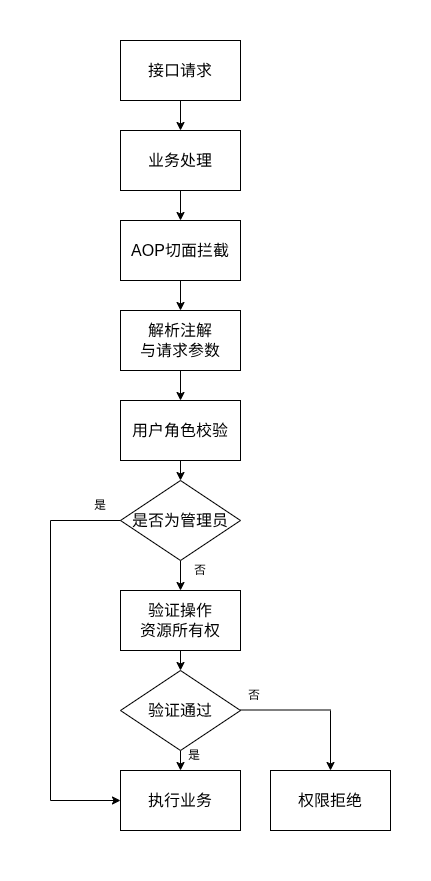
hongch666/mix-web-demo keeps this draw.io diagram as static/pic/flowchart/aop_req.drawio.png. Above is the earlier version. Source tidied: cells renumbered, new cells last; positions are measured from the earlier drawing's top-left corner, leaving out a move shared by most shapes. Source of this version:
```xml
<mxGraphModel background="#ffffff">
  <root>
    <mxCell id="0" />
    <mxCell id="1" parent="0" />
    <mxCell id="2" style="edgeStyle=none;html=1;exitX=0.5;exitY=1;exitDx=0;exitDy=0;entryX=0.5;entryY=0;entryDx=0;entryDy=0;" parent="1" edge="1" source="3" target="5">
      <mxGeometry relative="1" as="geometry" />
    </mxCell>
    <mxCell id="3" value="接口请求" style="rounded=0;whiteSpace=wrap;html=1;fontSize=16;" parent="1" vertex="1">
      <mxGeometry x="120" y="40" width="120" height="60" as="geometry" />
    </mxCell>
    <mxCell id="4" style="edgeStyle=none;html=1;exitX=0.5;exitY=1;exitDx=0;exitDy=0;entryX=0.5;entryY=0;entryDx=0;entryDy=0;" parent="1" edge="1" source="5" target="7">
      <mxGeometry relative="1" as="geometry" />
    </mxCell>
    <mxCell id="5" value="业务处理&lt;span style=&quot;color: rgba(0, 0, 0, 0); font-family: monospace; font-size: 0px; text-align: start;&quot;&gt;%3CmxGraphModel%3E%3Croot%3E%3CmxCell%20id%3D%220%22%2F%3E%3CmxCell%20id%3D%221%22%20parent%3D%220%22%2F%3E%3CmxCell%20id%3D%222%22%20value%3D%22AOP%E5%88%87%E9%9D%A2%E6%8B%A6%E6%88%AA%22%20style%3D%22rounded%3D0%3BwhiteSpace%3Dwrap%3Bhtml%3D1%3BfontSize%3D16%3B%22%20vertex%3D%221%22%20parent%3D%221%22%3E%3CmxGeometry%20x%3D%22310%22%20y%3D%22160%22%20width%3D%22120%22%20height%3D%2260%22%20as%3D%22geometry%22%2F%3E%3C%2FmxCell%3E%3C%2Froot%3E%3C%2FmxGraphModel%3E&lt;/span&gt;" style="rounded=0;whiteSpace=wrap;html=1;fontSize=16;" parent="1" vertex="1">
      <mxGeometry x="120" y="130" width="120" height="60" as="geometry" />
    </mxCell>
    <mxCell id="6" style="edgeStyle=none;html=1;exitX=0.5;exitY=1;exitDx=0;exitDy=0;entryX=0.5;entryY=0;entryDx=0;entryDy=0;" parent="1" edge="1" source="7" target="9">
      <mxGeometry relative="1" as="geometry" />
    </mxCell>
    <mxCell id="7" value="AOP切面拦截" style="rounded=0;whiteSpace=wrap;html=1;fontSize=16;" parent="1" vertex="1">
      <mxGeometry x="120" y="220" width="120" height="60" as="geometry" />
    </mxCell>
    <mxCell id="8" style="edgeStyle=none;html=1;exitX=0.5;exitY=1;exitDx=0;exitDy=0;entryX=0.5;entryY=0;entryDx=0;entryDy=0;" parent="1" edge="1" source="9" target="11">
      <mxGeometry relative="1" as="geometry" />
    </mxCell>
    <mxCell id="9" value="解析注解&lt;br&gt;与请求参数" style="rounded=0;whiteSpace=wrap;html=1;fontSize=16;" parent="1" vertex="1">
      <mxGeometry x="120" y="310" width="120" height="60" as="geometry" />
    </mxCell>
    <mxCell id="10" style="edgeStyle=none;html=1;exitX=0.5;exitY=1;exitDx=0;exitDy=0;entryX=0.5;entryY=0;entryDx=0;entryDy=0;" parent="1" edge="1" source="11" target="15">
      <mxGeometry relative="1" as="geometry" />
    </mxCell>
    <mxCell id="11" value="用户角色校验" style="rounded=0;whiteSpace=wrap;html=1;fontSize=16;" parent="1" vertex="1">
      <mxGeometry x="120" y="400" width="120" height="60" as="geometry" />
    </mxCell>
    <mxCell id="12" style="edgeStyle=none;html=1;exitX=0.5;exitY=1;exitDx=0;exitDy=0;entryX=0.5;entryY=0;entryDx=0;entryDy=0;" parent="1" edge="1" source="13" target="17">
      <mxGeometry relative="1" as="geometry" />
    </mxCell>
    <mxCell id="13" value="验证操作&lt;br&gt;资源所有权" style="rounded=0;whiteSpace=wrap;html=1;fontSize=16;" parent="1" vertex="1">
      <mxGeometry x="120" y="590" width="120" height="60" as="geometry" />
    </mxCell>
    <mxCell id="14" style="edgeStyle=none;html=1;exitX=0.5;exitY=1;exitDx=0;exitDy=0;entryX=0.5;entryY=0;entryDx=0;entryDy=0;" parent="1" edge="1" source="15" target="13">
      <mxGeometry relative="1" as="geometry" />
    </mxCell>
    <mxCell id="15" value="&lt;span style=&quot;font-size: 16px;&quot;&gt;是否为管理员&lt;/span&gt;" style="rhombus;whiteSpace=wrap;html=1;" parent="1" vertex="1">
      <mxGeometry x="120" y="480" width="120" height="80" as="geometry" />
    </mxCell>
    <mxCell id="16" style="edgeStyle=none;html=1;exitX=0.5;exitY=1;exitDx=0;exitDy=0;entryX=0.5;entryY=0;entryDx=0;entryDy=0;" parent="1" edge="1" source="17" target="18">
      <mxGeometry relative="1" as="geometry" />
    </mxCell>
    <mxCell id="17" value="&lt;span style=&quot;font-size: 16px;&quot;&gt;验证通过&lt;/span&gt;" style="rhombus;whiteSpace=wrap;html=1;" parent="1" vertex="1">
      <mxGeometry x="120" y="670" width="120" height="80" as="geometry" />
    </mxCell>
    <mxCell id="18" value="执行业务" style="rounded=0;whiteSpace=wrap;html=1;fontSize=16;" parent="1" vertex="1">
      <mxGeometry x="120" y="770" width="120" height="60" as="geometry" />
    </mxCell>
    <mxCell id="19" value="权限拒绝" style="rounded=0;whiteSpace=wrap;html=1;fontSize=16;" parent="1" vertex="1">
      <mxGeometry x="270" y="770" width="120" height="60" as="geometry" />
    </mxCell>
    <mxCell id="20" style="endArrow=none;html=1;" parent="1" edge="1">
      <mxGeometry relative="1" as="geometry">
        <mxPoint x="240" y="709.5" as="sourcePoint" />
        <mxPoint x="330" y="709.5" as="targetPoint" />
      </mxGeometry>
    </mxCell>
    <mxCell id="21" style="endArrow=classic;html=1;entryX=0.5;entryY=0;entryDx=0;entryDy=0;" parent="1" edge="1" target="19">
      <mxGeometry relative="1" as="geometry">
        <mxPoint x="330" y="710" as="sourcePoint" />
      </mxGeometry>
    </mxCell>
    <mxCell id="22" style="endArrow=none;html=1;" parent="1" edge="1">
      <mxGeometry relative="1" as="geometry">
        <mxPoint x="50" y="520" as="sourcePoint" />
        <mxPoint x="120" y="520" as="targetPoint" />
      </mxGeometry>
    </mxCell>
    <mxCell id="23" style="endArrow=none;html=1;" parent="1" edge="1">
      <mxGeometry relative="1" as="geometry">
        <mxPoint x="50" y="800" as="sourcePoint" />
        <mxPoint x="50" y="520" as="targetPoint" />
      </mxGeometry>
    </mxCell>
    <mxCell id="24" style="endArrow=classic;html=1;entryX=0;entryY=0.5;entryDx=0;entryDy=0;" parent="1" edge="1" target="18">
      <mxGeometry relative="1" as="geometry">
        <mxPoint x="50" y="800" as="sourcePoint" />
      </mxGeometry>
    </mxCell>
    <mxCell id="25" value="是" style="text;html=1;strokeColor=none;fillColor=none;align=center;verticalAlign=middle;whiteSpace=wrap;rounded=0;" parent="1" vertex="1">
      <mxGeometry x="70" y="490" width="60" height="30" as="geometry" />
    </mxCell>
    <mxCell id="26" value="否" style="text;html=1;strokeColor=none;fillColor=none;align=center;verticalAlign=middle;whiteSpace=wrap;rounded=0;" parent="1" vertex="1">
      <mxGeometry x="170" y="555" width="60" height="30" as="geometry" />
    </mxCell>
    <mxCell id="27" value="否" style="text;html=1;strokeColor=none;fillColor=none;align=center;verticalAlign=middle;whiteSpace=wrap;rounded=0;" parent="1" vertex="1">
      <mxGeometry x="224" y="680" width="60" height="30" as="geometry" />
    </mxCell>
    <mxCell id="28" value="是" style="text;html=1;strokeColor=none;fillColor=none;align=center;verticalAlign=middle;whiteSpace=wrap;rounded=0;" parent="1" vertex="1">
      <mxGeometry x="164" y="740" width="60" height="30" as="geometry" />
    </mxCell>
    <mxCell id="29" style="rounded=0;whiteSpace=wrap;html=1;textOpacity=0;labelBorderColor=light-dark(#000000,#FFFFFF);fontColor=none;noLabel=1;strokeColor=none;" parent="1" vertex="1">
      <mxGeometry x="175" width="10" height="30" as="geometry" />
    </mxCell>
    <mxCell id="30" style="rounded=0;whiteSpace=wrap;html=1;textOpacity=0;labelBorderColor=light-dark(#000000,#FFFFFF);fontColor=none;noLabel=1;strokeColor=none;" parent="1" vertex="1">
      <mxGeometry x="420" y="780" width="10" height="30" as="geometry" />
    </mxCell>
    <mxCell id="31" style="rounded=0;whiteSpace=wrap;html=1;textOpacity=0;labelBorderColor=light-dark(#000000,#FFFFFF);fontColor=none;noLabel=1;strokeColor=none;" parent="1" vertex="1">
      <mxGeometry x="240" y="850" width="10" height="30" as="geometry" />
    </mxCell>
    <mxCell id="32" style="rounded=0;whiteSpace=wrap;html=1;textOpacity=0;labelBorderColor=light-dark(#000000,#FFFFFF);fontColor=none;noLabel=1;strokeColor=none;" parent="1" vertex="1">
      <mxGeometry y="660" width="10" height="30" as="geometry" />
    </mxCell>
  </root>
</mxGraphModel>
```
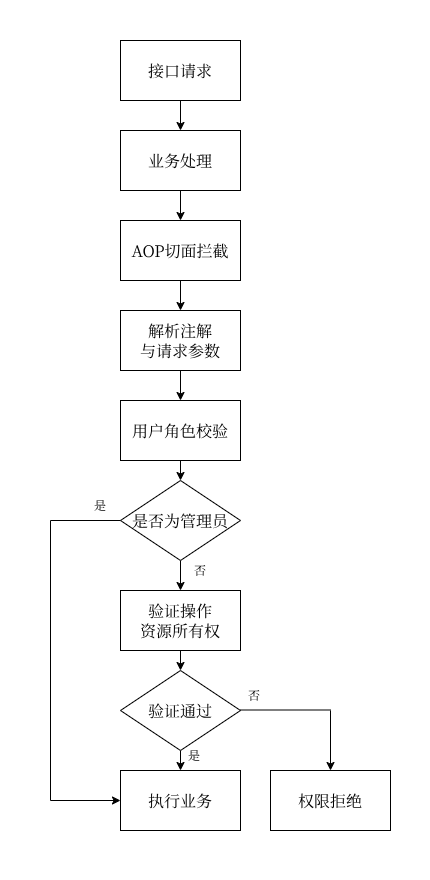
After the change.

Change to the diagram source:
```diff
@@ -2,110 +2,110 @@
   <root>
     <mxCell id="0" />
     <mxCell id="1" parent="0" />
-    <mxCell id="2" style="edgeStyle=none;html=1;exitX=0.5;exitY=1;exitDx=0;exitDy=0;entryX=0.5;entryY=0;entryDx=0;entryDy=0;" parent="1" edge="1" source="3" target="5">
+    <mxCell id="2" style="edgeStyle=none;html=1;exitX=0.5;exitY=1;exitDx=0;exitDy=0;entryX=0.5;entryY=0;entryDx=0;entryDy=0;fontFamily=宋体;" parent="1" edge="1" source="3" target="5">
       <mxGeometry relative="1" as="geometry" />
     </mxCell>
-    <mxCell id="3" value="接口请求" style="rounded=0;whiteSpace=wrap;html=1;fontSize=16;" parent="1" vertex="1">
+    <mxCell id="3" value="接口请求" style="rounded=0;whiteSpace=wrap;html=1;fontSize=16;fontFamily=宋体;" parent="1" vertex="1">
       <mxGeometry x="120" y="40" width="120" height="60" as="geometry" />
     </mxCell>
-    <mxCell id="4" style="edgeStyle=none;html=1;exitX=0.5;exitY=1;exitDx=0;exitDy=0;entryX=0.5;entryY=0;entryDx=0;entryDy=0;" parent="1" edge="1" source="5" target="7">
+    <mxCell id="4" style="edgeStyle=none;html=1;exitX=0.5;exitY=1;exitDx=0;exitDy=0;entryX=0.5;entryY=0;entryDx=0;entryDy=0;fontFamily=宋体;" parent="1" edge="1" source="5" target="7">
       <mxGeometry relative="1" as="geometry" />
     </mxCell>
-    <mxCell id="5" value="业务处理&lt;span style=&quot;color: rgba(0, 0, 0, 0); font-family: monospace; font-size: 0px; text-align: start;&quot;&gt;%3CmxGraphModel%3E%3Croot%3E%3CmxCell%20id%3D%220%22%2F%3E%3CmxCell%20id%3D%221%22%20parent%3D%220%22%2F%3E%3CmxCell%20id%3D%222%22%20value%3D%22AOP%E5%88%87%E9%9D%A2%E6%8B%A6%E6%88%AA%22%20style%3D%22rounded%3D0%3BwhiteSpace%3Dwrap%3Bhtml%3D1%3BfontSize%3D16%3B%22%20vertex%3D%221%22%20parent%3D%221%22%3E%3CmxGeometry%20x%3D%22310%22%20y%3D%22160%22%20width%3D%22120%22%20height%3D%2260%22%20as%3D%22geometry%22%2F%3E%3C%2FmxCell%3E%3C%2Froot%3E%3C%2FmxGraphModel%3E&lt;/span&gt;" style="rounded=0;whiteSpace=wrap;html=1;fontSize=16;" parent="1" vertex="1">
+    <mxCell id="5" value="业务处理&lt;span style=&quot;color: rgba(0, 0, 0, 0); font-size: 0px; text-align: start;&quot;&gt;%3CmxGraphModel%3E%3Croot%3E%3CmxCell%20id%3D%220%22%2F%3E%3CmxCell%20id%3D%221%22%20parent%3D%220%22%2F%3E%3CmxCell%20id%3D%222%22%20value%3D%22AOP%E5%88%87%E9%9D%A2%E6%8B%A6%E6%88%AA%22%20style%3D%22rounded%3D0%3BwhiteSpace%3Dwrap%3Bhtml%3D1%3BfontSize%3D16%3B%22%20vertex%3D%221%22%20parent%3D%221%22%3E%3CmxGeometry%20x%3D%22310%22%20y%3D%22160%22%20width%3D%22120%22%20height%3D%2260%22%20as%3D%22geometry%22%2F%3E%3C%2FmxCell%3E%3C%2Froot%3E%3C%2FmxGraphModel%3E&lt;/span&gt;" style="rounded=0;whiteSpace=wrap;html=1;fontSize=16;fontFamily=宋体;" parent="1" vertex="1">
       <mxGeometry x="120" y="130" width="120" height="60" as="geometry" />
     </mxCell>
-    <mxCell id="6" style="edgeStyle=none;html=1;exitX=0.5;exitY=1;exitDx=0;exitDy=0;entryX=0.5;entryY=0;entryDx=0;entryDy=0;" parent="1" edge="1" source="7" target="9">
+    <mxCell id="6" style="edgeStyle=none;html=1;exitX=0.5;exitY=1;exitDx=0;exitDy=0;entryX=0.5;entryY=0;entryDx=0;entryDy=0;fontFamily=宋体;" parent="1" edge="1" source="7" target="9">
       <mxGeometry relative="1" as="geometry" />
     </mxCell>
-    <mxCell id="7" value="AOP切面拦截" style="rounded=0;whiteSpace=wrap;html=1;fontSize=16;" parent="1" vertex="1">
+    <mxCell id="7" value="AOP切面拦截" style="rounded=0;whiteSpace=wrap;html=1;fontSize=16;fontFamily=宋体;" parent="1" vertex="1">
       <mxGeometry x="120" y="220" width="120" height="60" as="geometry" />
     </mxCell>
-    <mxCell id="8" style="edgeStyle=none;html=1;exitX=0.5;exitY=1;exitDx=0;exitDy=0;entryX=0.5;entryY=0;entryDx=0;entryDy=0;" parent="1" edge="1" source="9" target="11">
+    <mxCell id="8" style="edgeStyle=none;html=1;exitX=0.5;exitY=1;exitDx=0;exitDy=0;entryX=0.5;entryY=0;entryDx=0;entryDy=0;fontFamily=宋体;" parent="1" edge="1" source="9" target="11">
       <mxGeometry relative="1" as="geometry" />
     </mxCell>
-    <mxCell id="9" value="解析注解&lt;br&gt;与请求参数" style="rounded=0;whiteSpace=wrap;html=1;fontSize=16;" parent="1" vertex="1">
+    <mxCell id="9" value="解析注解&lt;br&gt;与请求参数" style="rounded=0;whiteSpace=wrap;html=1;fontSize=16;fontFamily=宋体;" parent="1" vertex="1">
       <mxGeometry x="120" y="310" width="120" height="60" as="geometry" />
     </mxCell>
-    <mxCell id="10" style="edgeStyle=none;html=1;exitX=0.5;exitY=1;exitDx=0;exitDy=0;entryX=0.5;entryY=0;entryDx=0;entryDy=0;" parent="1" edge="1" source="11" target="15">
+    <mxCell id="10" style="edgeStyle=none;html=1;exitX=0.5;exitY=1;exitDx=0;exitDy=0;entryX=0.5;entryY=0;entryDx=0;entryDy=0;fontFamily=宋体;" parent="1" edge="1" source="11" target="15">
       <mxGeometry relative="1" as="geometry" />
     </mxCell>
-    <mxCell id="11" value="用户角色校验" style="rounded=0;whiteSpace=wrap;html=1;fontSize=16;" parent="1" vertex="1">
+    <mxCell id="11" value="用户角色校验" style="rounded=0;whiteSpace=wrap;html=1;fontSize=16;fontFamily=宋体;" parent="1" vertex="1">
       <mxGeometry x="120" y="400" width="120" height="60" as="geometry" />
     </mxCell>
-    <mxCell id="12" style="edgeStyle=none;html=1;exitX=0.5;exitY=1;exitDx=0;exitDy=0;entryX=0.5;entryY=0;entryDx=0;entryDy=0;" parent="1" edge="1" source="13" target="17">
+    <mxCell id="12" style="edgeStyle=none;html=1;exitX=0.5;exitY=1;exitDx=0;exitDy=0;entryX=0.5;entryY=0;entryDx=0;entryDy=0;fontFamily=宋体;" parent="1" edge="1" source="13" target="17">
       <mxGeometry relative="1" as="geometry" />
     </mxCell>
-    <mxCell id="13" value="验证操作&lt;br&gt;资源所有权" style="rounded=0;whiteSpace=wrap;html=1;fontSize=16;" parent="1" vertex="1">
+    <mxCell id="13" value="验证操作&lt;br&gt;资源所有权" style="rounded=0;whiteSpace=wrap;html=1;fontSize=16;fontFamily=宋体;" parent="1" vertex="1">
       <mxGeometry x="120" y="590" width="120" height="60" as="geometry" />
     </mxCell>
-    <mxCell id="14" style="edgeStyle=none;html=1;exitX=0.5;exitY=1;exitDx=0;exitDy=0;entryX=0.5;entryY=0;entryDx=0;entryDy=0;" parent="1" edge="1" source="15" target="13">
+    <mxCell id="14" style="edgeStyle=none;html=1;exitX=0.5;exitY=1;exitDx=0;exitDy=0;entryX=0.5;entryY=0;entryDx=0;entryDy=0;fontFamily=宋体;" parent="1" edge="1" source="15" target="13">
       <mxGeometry relative="1" as="geometry" />
     </mxCell>
-    <mxCell id="15" value="&lt;span style=&quot;font-size: 16px;&quot;&gt;是否为管理员&lt;/span&gt;" style="rhombus;whiteSpace=wrap;html=1;" parent="1" vertex="1">
+    <mxCell id="15" value="&lt;span style=&quot;font-size: 16px;&quot;&gt;是否为管理员&lt;/span&gt;" style="rhombus;whiteSpace=wrap;html=1;fontFamily=宋体;" parent="1" vertex="1">
       <mxGeometry x="120" y="480" width="120" height="80" as="geometry" />
     </mxCell>
-    <mxCell id="16" style="edgeStyle=none;html=1;exitX=0.5;exitY=1;exitDx=0;exitDy=0;entryX=0.5;entryY=0;entryDx=0;entryDy=0;" parent="1" edge="1" source="17" target="18">
+    <mxCell id="16" style="edgeStyle=none;html=1;exitX=0.5;exitY=1;exitDx=0;exitDy=0;entryX=0.5;entryY=0;entryDx=0;entryDy=0;fontFamily=宋体;" parent="1" edge="1" source="17" target="18">
       <mxGeometry relative="1" as="geometry" />
     </mxCell>
-    <mxCell id="17" value="&lt;span style=&quot;font-size: 16px;&quot;&gt;验证通过&lt;/span&gt;" style="rhombus;whiteSpace=wrap;html=1;" parent="1" vertex="1">
+    <mxCell id="17" value="&lt;span style=&quot;font-size: 16px;&quot;&gt;验证通过&lt;/span&gt;" style="rhombus;whiteSpace=wrap;html=1;fontFamily=宋体;" parent="1" vertex="1">
       <mxGeometry x="120" y="670" width="120" height="80" as="geometry" />
     </mxCell>
-    <mxCell id="18" value="执行业务" style="rounded=0;whiteSpace=wrap;html=1;fontSize=16;" parent="1" vertex="1">
+    <mxCell id="18" value="执行业务" style="rounded=0;whiteSpace=wrap;html=1;fontSize=16;fontFamily=宋体;" parent="1" vertex="1">
       <mxGeometry x="120" y="770" width="120" height="60" as="geometry" />
     </mxCell>
-    <mxCell id="19" value="权限拒绝" style="rounded=0;whiteSpace=wrap;html=1;fontSize=16;" parent="1" vertex="1">
+    <mxCell id="19" value="权限拒绝" style="rounded=0;whiteSpace=wrap;html=1;fontSize=16;fontFamily=宋体;" parent="1" vertex="1">
       <mxGeometry x="270" y="770" width="120" height="60" as="geometry" />
     </mxCell>
-    <mxCell id="20" style="endArrow=none;html=1;" parent="1" edge="1">
+    <mxCell id="20" style="endArrow=none;html=1;fontFamily=宋体;" parent="1" edge="1">
       <mxGeometry relative="1" as="geometry">
         <mxPoint x="240" y="709.5" as="sourcePoint" />
         <mxPoint x="330" y="709.5" as="targetPoint" />
       </mxGeometry>
     </mxCell>
-    <mxCell id="21" style="endArrow=classic;html=1;entryX=0.5;entryY=0;entryDx=0;entryDy=0;" parent="1" edge="1" target="19">
+    <mxCell id="21" style="endArrow=classic;html=1;entryX=0.5;entryY=0;entryDx=0;entryDy=0;fontFamily=宋体;" parent="1" edge="1" target="19">
       <mxGeometry relative="1" as="geometry">
         <mxPoint x="330" y="710" as="sourcePoint" />
       </mxGeometry>
     </mxCell>
-    <mxCell id="22" style="endArrow=none;html=1;" parent="1" edge="1">
+    <mxCell id="22" style="endArrow=none;html=1;fontFamily=宋体;" parent="1" edge="1">
       <mxGeometry relative="1" as="geometry">
         <mxPoint x="50" y="520" as="sourcePoint" />
         <mxPoint x="120" y="520" as="targetPoint" />
       </mxGeometry>
     </mxCell>
-    <mxCell id="23" style="endArrow=none;html=1;" parent="1" edge="1">
+    <mxCell id="23" style="endArrow=none;html=1;fontFamily=宋体;" parent="1" edge="1">
       <mxGeometry relative="1" as="geometry">
         <mxPoint x="50" y="800" as="sourcePoint" />
         <mxPoint x="50" y="520" as="targetPoint" />
       </mxGeometry>
     </mxCell>
-    <mxCell id="24" style="endArrow=classic;html=1;entryX=0;entryY=0.5;entryDx=0;entryDy=0;" parent="1" edge="1" target="18">
+    <mxCell id="24" style="endArrow=classic;html=1;entryX=0;entryY=0.5;entryDx=0;entryDy=0;fontFamily=宋体;" parent="1" edge="1" target="18">
       <mxGeometry relative="1" as="geometry">
         <mxPoint x="50" y="800" as="sourcePoint" />
       </mxGeometry>
     </mxCell>
-    <mxCell id="25" value="是" style="text;html=1;strokeColor=none;fillColor=none;align=center;verticalAlign=middle;whiteSpace=wrap;rounded=0;" parent="1" vertex="1">
+    <mxCell id="25" value="是" style="text;html=1;strokeColor=none;fillColor=none;align=center;verticalAlign=middle;whiteSpace=wrap;rounded=0;fontFamily=宋体;" parent="1" vertex="1">
       <mxGeometry x="70" y="490" width="60" height="30" as="geometry" />
     </mxCell>
-    <mxCell id="26" value="否" style="text;html=1;strokeColor=none;fillColor=none;align=center;verticalAlign=middle;whiteSpace=wrap;rounded=0;" parent="1" vertex="1">
+    <mxCell id="26" value="否" style="text;html=1;strokeColor=none;fillColor=none;align=center;verticalAlign=middle;whiteSpace=wrap;rounded=0;fontFamily=宋体;" parent="1" vertex="1">
       <mxGeometry x="170" y="555" width="60" height="30" as="geometry" />
     </mxCell>
-    <mxCell id="27" value="否" style="text;html=1;strokeColor=none;fillColor=none;align=center;verticalAlign=middle;whiteSpace=wrap;rounded=0;" parent="1" vertex="1">
+    <mxCell id="27" value="否" style="text;html=1;strokeColor=none;fillColor=none;align=center;verticalAlign=middle;whiteSpace=wrap;rounded=0;fontFamily=宋体;" parent="1" vertex="1">
       <mxGeometry x="224" y="680" width="60" height="30" as="geometry" />
     </mxCell>
-    <mxCell id="28" value="是" style="text;html=1;strokeColor=none;fillColor=none;align=center;verticalAlign=middle;whiteSpace=wrap;rounded=0;" parent="1" vertex="1">
+    <mxCell id="28" value="是" style="text;html=1;strokeColor=none;fillColor=none;align=center;verticalAlign=middle;whiteSpace=wrap;rounded=0;fontFamily=宋体;" parent="1" vertex="1">
       <mxGeometry x="164" y="740" width="60" height="30" as="geometry" />
     </mxCell>
-    <mxCell id="29" style="rounded=0;whiteSpace=wrap;html=1;textOpacity=0;labelBorderColor=light-dark(#000000,#FFFFFF);fontColor=none;noLabel=1;strokeColor=none;" parent="1" vertex="1">
+    <mxCell id="29" style="rounded=0;whiteSpace=wrap;html=1;textOpacity=0;labelBorderColor=light-dark(#000000,#FFFFFF);fontColor=none;noLabel=1;strokeColor=none;fontFamily=宋体;" parent="1" vertex="1">
       <mxGeometry x="175" width="10" height="30" as="geometry" />
     </mxCell>
-    <mxCell id="30" style="rounded=0;whiteSpace=wrap;html=1;textOpacity=0;labelBorderColor=light-dark(#000000,#FFFFFF);fontColor=none;noLabel=1;strokeColor=none;" parent="1" vertex="1">
+    <mxCell id="30" style="rounded=0;whiteSpace=wrap;html=1;textOpacity=0;labelBorderColor=light-dark(#000000,#FFFFFF);fontColor=none;noLabel=1;strokeColor=none;fontFamily=宋体;" parent="1" vertex="1">
       <mxGeometry x="420" y="780" width="10" height="30" as="geometry" />
     </mxCell>
-    <mxCell id="31" style="rounded=0;whiteSpace=wrap;html=1;textOpacity=0;labelBorderColor=light-dark(#000000,#FFFFFF);fontColor=none;noLabel=1;strokeColor=none;" parent="1" vertex="1">
+    <mxCell id="31" style="rounded=0;whiteSpace=wrap;html=1;textOpacity=0;labelBorderColor=light-dark(#000000,#FFFFFF);fontColor=none;noLabel=1;strokeColor=none;fontFamily=宋体;" parent="1" vertex="1">
       <mxGeometry x="240" y="850" width="10" height="30" as="geometry" />
     </mxCell>
-    <mxCell id="32" style="rounded=0;whiteSpace=wrap;html=1;textOpacity=0;labelBorderColor=light-dark(#000000,#FFFFFF);fontColor=none;noLabel=1;strokeColor=none;" parent="1" vertex="1">
+    <mxCell id="32" style="rounded=0;whiteSpace=wrap;html=1;textOpacity=0;labelBorderColor=light-dark(#000000,#FFFFFF);fontColor=none;noLabel=1;strokeColor=none;fontFamily=宋体;" parent="1" vertex="1">
       <mxGeometry y="660" width="10" height="30" as="geometry" />
     </mxCell>
   </root>
```
